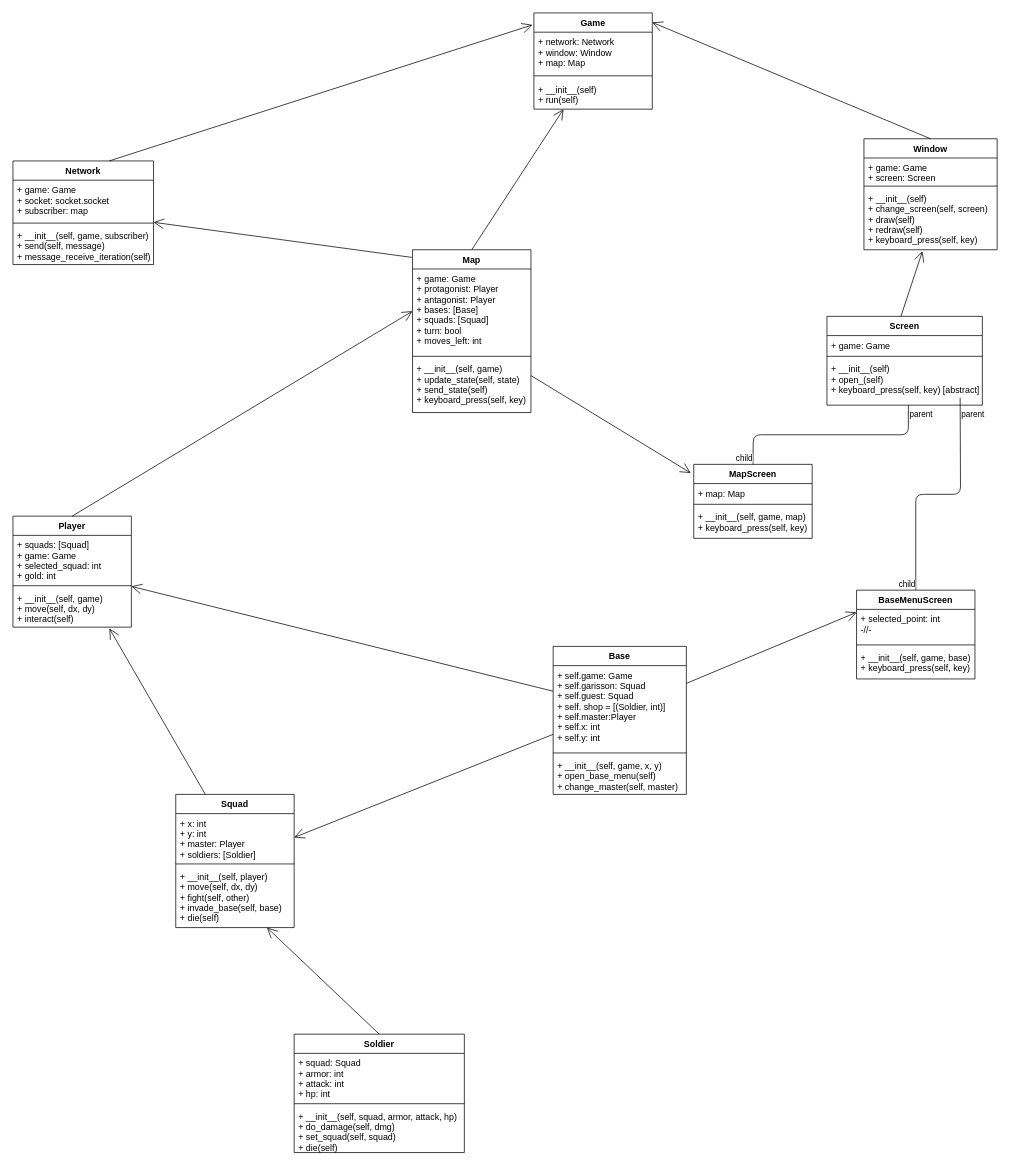
Above: doc/Untitled Diagram.drawio in maljunaplanedo/tpgame (draw.io), before the change. Source tidied: cells renumbered, new cells numbered last; positions are measured from the earlier drawing's top-left corner, leaving out a move shared by most shapes. Both pictures are drawn from the tidied source at 74%, with x=0, y=0 at pixel (13, 13).
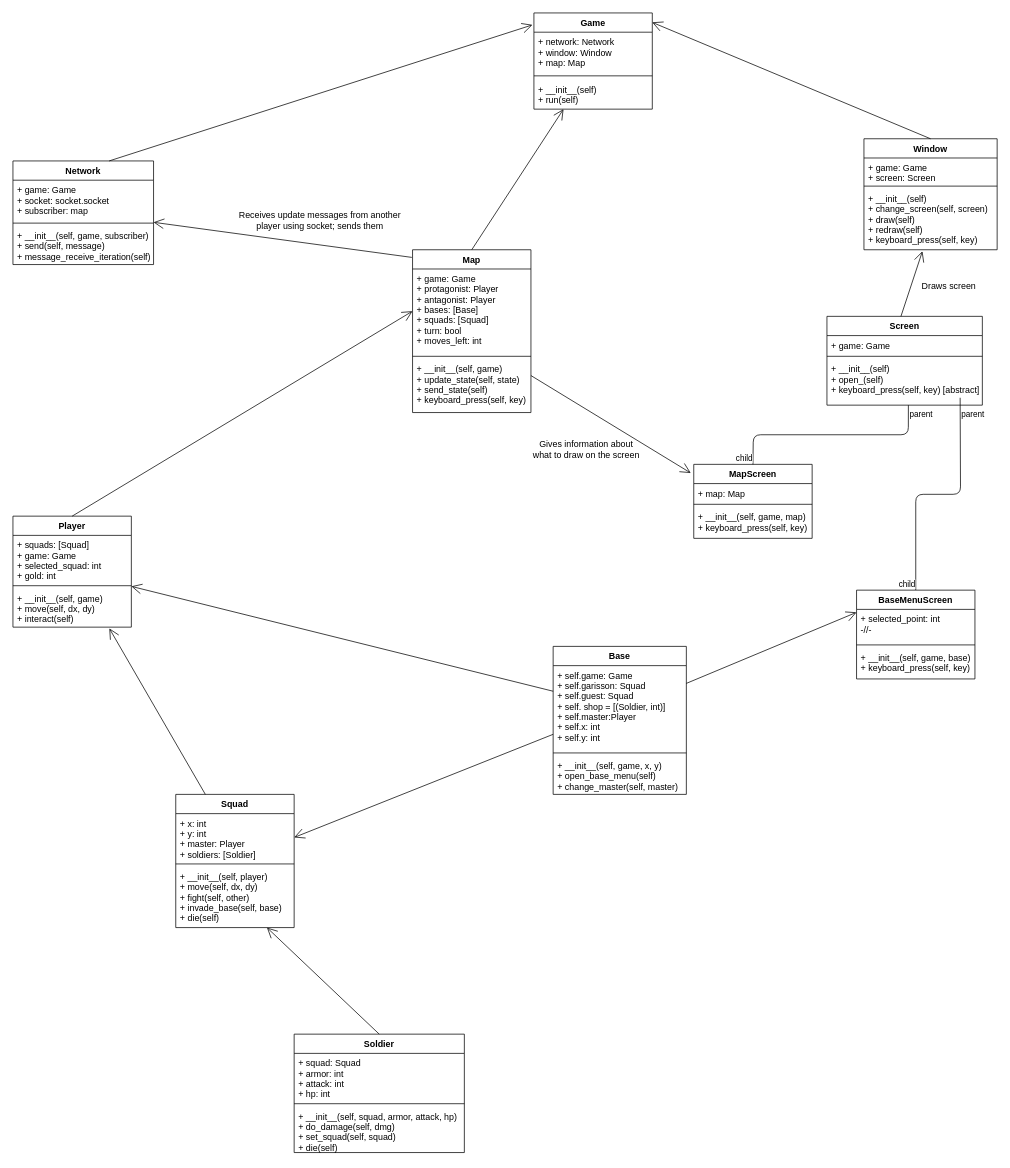
Above is the later version.

The edit, as a diff of the source:
```diff
@@
+    <mxCell id="64" value="Gives information about what to draw on the screen" style="text;html=1;strokeColor=none;fillColor=none;align=center;verticalAlign=middle;whiteSpace=wrap;rounded=0;" parent="1" vertex="1">
+      <mxGeometry x="700" y="540" width="150" height="100" as="geometry" />
+    </mxCell>
+    <mxCell id="65" value="Receives update messages from another player using socket; sends them" style="text;html=1;strokeColor=none;fillColor=none;align=center;verticalAlign=middle;whiteSpace=wrap;rounded=0;" parent="1" vertex="1">
+      <mxGeometry x="300" y="230" width="230" height="100" as="geometry" />
+    </mxCell>
+    <mxCell id="66" value="Draws screen" style="text;html=1;strokeColor=none;fillColor=none;align=center;verticalAlign=middle;whiteSpace=wrap;rounded=0;" parent="1" vertex="1">
+      <mxGeometry x="1220" y="360" width="90" height="20" as="geometry" />
+    </mxCell>
```
